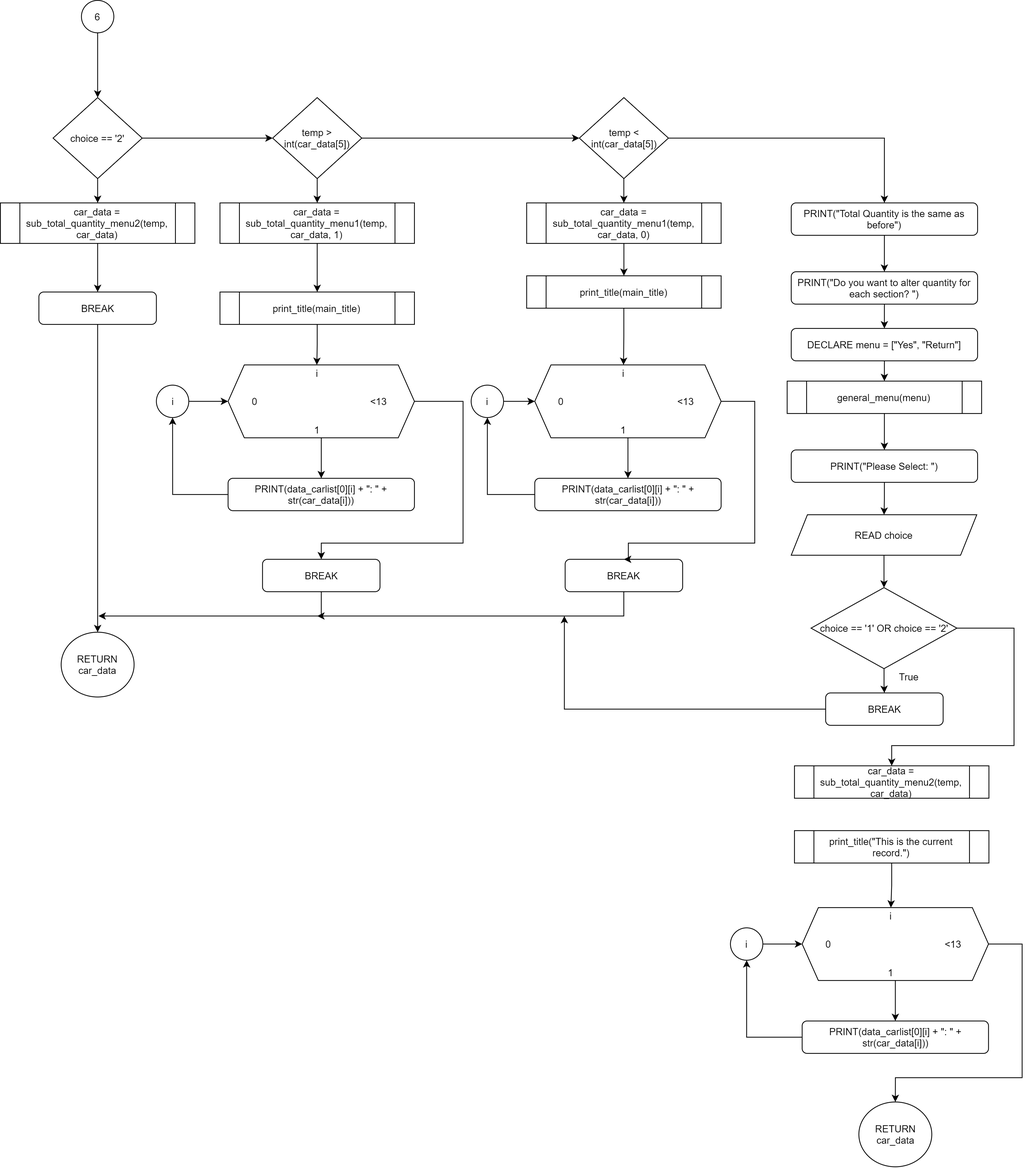
This is Flowchart/default/validation_totalquantity-Page-2.png from RabbitBear00/Car-Rental-System, a draw.io export, as it was before one commit. Source tidied: cells renumbered, new cells last; positions are measured from the earlier drawing's top-left corner, leaving out a move shared by most shapes.
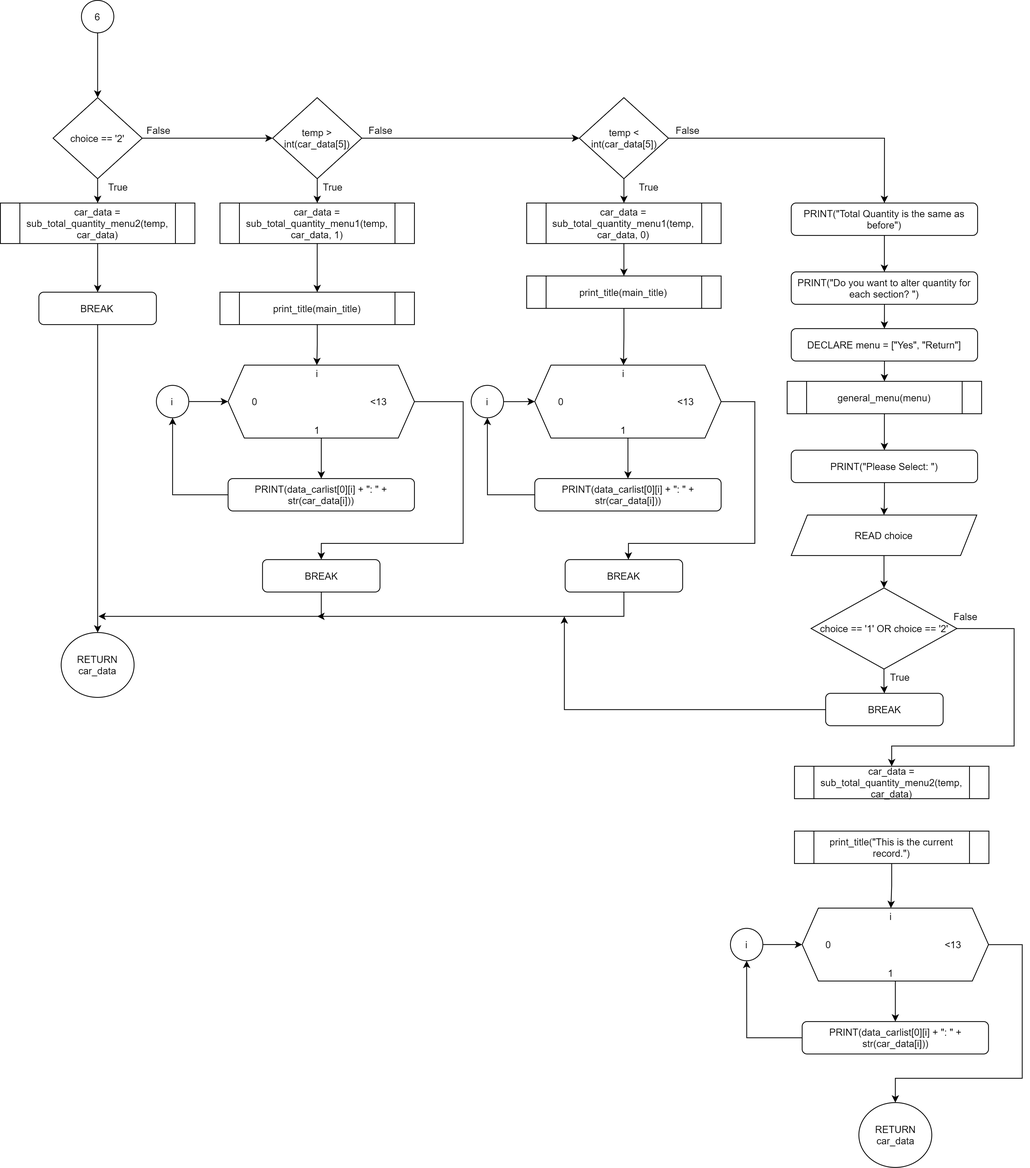
Above is the later version.

Change to the diagram source:
```diff
@@ -157,8 +157,9 @@
     <mxCell id="46" value="BREAK" style="rounded=1;whiteSpace=wrap;html=1;" parent="1" vertex="1">
       <mxGeometry x="697" y="690" width="145" height="40" as="geometry" />
     </mxCell>
-    <mxCell id="47" style="edgeStyle=orthogonalEdgeStyle;rounded=0;jettySize=auto;html=1;entryX=0.5;entryY=0;entryDx=0;entryDy=0;" parent="1" edge="1" source="37" target="46">
+    <mxCell id="47" style="edgeStyle=orthogonalEdgeStyle;rounded=0;jettySize=auto;html=1;" parent="1" edge="1" source="37">
       <mxGeometry relative="1" as="geometry">
+        <mxPoint x="775" y="690" as="targetPoint" />
         <Array as="points">
           <mxPoint x="931" y="495" />
           <mxPoint x="931" y="670" />
@@ -227,7 +228,7 @@
       <mxGeometry x="1018.5" y="855" width="145" height="40" as="geometry" />
     </mxCell>
     <mxCell id="65" value="True" style="text;html=1;align=center;verticalAlign=middle;strokeColor=none;" parent="1" vertex="1">
-      <mxGeometry x="1101" y="825" width="40" height="20" as="geometry" />
+      <mxGeometry x="1090" y="825" width="40" height="20" as="geometry" />
     </mxCell>
     <mxCell id="66" style="edgeStyle=orthogonalEdgeStyle;rounded=0;jettySize=auto;html=1;entryX=0;entryY=0.5;entryDx=0;entryDy=0;" parent="1" edge="1" source="67" target="37">
       <mxGeometry relative="1" as="geometry" />
@@ -301,5 +302,26 @@
         </Array>
       </mxGeometry>
     </mxCell>
+    <mxCell id="88" value="False" style="text;html=1;align=center;verticalAlign=middle;strokeColor=none;" parent="1" vertex="1">
+      <mxGeometry x="175" y="150" width="40" height="20" as="geometry" />
+    </mxCell>
+    <mxCell id="89" value="False" style="text;html=1;align=center;verticalAlign=middle;strokeColor=none;" parent="1" vertex="1">
+      <mxGeometry x="449" y="150" width="40" height="20" as="geometry" />
+    </mxCell>
+    <mxCell id="90" value="False" style="text;html=1;align=center;verticalAlign=middle;strokeColor=none;" parent="1" vertex="1">
+      <mxGeometry x="828" y="150" width="40" height="20" as="geometry" />
+    </mxCell>
+    <mxCell id="91" value="True" style="text;html=1;align=center;verticalAlign=middle;strokeColor=none;" parent="1" vertex="1">
+      <mxGeometry x="125" y="220" width="40" height="20" as="geometry" />
+    </mxCell>
+    <mxCell id="92" value="True" style="text;html=1;align=center;verticalAlign=middle;strokeColor=none;" parent="1" vertex="1">
+      <mxGeometry x="390" y="220" width="40" height="20" as="geometry" />
+    </mxCell>
+    <mxCell id="93" value="True" style="text;html=1;align=center;verticalAlign=middle;strokeColor=none;" parent="1" vertex="1">
+      <mxGeometry x="780" y="220" width="40" height="20" as="geometry" />
+    </mxCell>
+    <mxCell id="94" value="False" style="text;html=1;align=center;verticalAlign=middle;strokeColor=none;" parent="1" vertex="1">
+      <mxGeometry x="1171" y="750" width="40" height="20" as="geometry" />
+    </mxCell>
   </root>
 </mxGraphModel>
```
